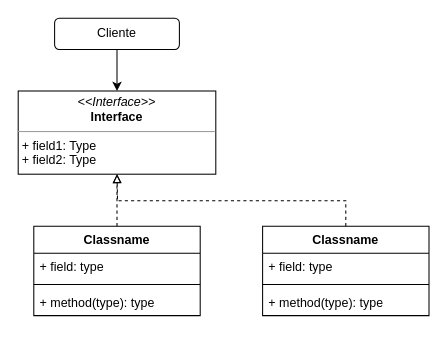
Before: patronCompositeCaso.drawio in KevinCordoba/RepositoriodeDiagramas, a draw.io diagram. Source tidied: cells renumbered, new cells numbered last; positions are measured from the earlier drawing's top-left corner, leaving out a move shared by most shapes. Both pictures are drawn from the tidied source at 104%, with x=0, y=0 at pixel (18, 18).
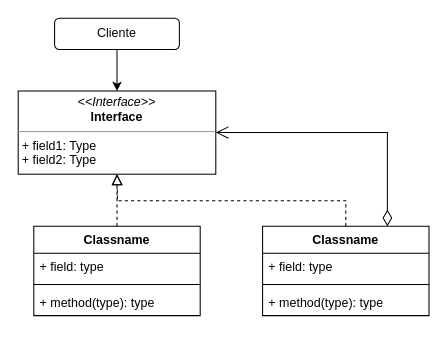
Above is the later version.

Diff of the diagram source:
```diff
@@
 <mxGraphModel>
   <root>
     <mxCell id="0" />
     <mxCell id="1" parent="0" />
     <mxCell id="2" style="edgeStyle=orthogonalEdgeStyle;rounded=0;jettySize=auto;html=1;entryX=0.5;entryY=0;entryDx=0;entryDy=0;" parent="1" edge="1" source="3" target="14">
       <mxGeometry relative="1" as="geometry" />
     </mxCell>
     <mxCell id="3" value="Cliente" style="rounded=1;whiteSpace=wrap;html=1;" parent="1" vertex="1">
       <mxGeometry x="35" width="120" height="30" as="geometry" />
     </mxCell>
-    <mxCell id="4" style="edgeStyle=orthogonalEdgeStyle;rounded=0;jettySize=auto;html=1;exitX=0.5;exitY=0;exitDx=0;exitDy=0;dashed=1;endArrow=block;endFill=0;" parent="1" edge="1" source="5">
+    <mxCell id="4" style="edgeStyle=orthogonalEdgeStyle;rounded=0;jettySize=auto;html=1;exitX=0.5;exitY=0;exitDx=0;exitDy=0;dashed=1;endArrow=block;endFill=0;endSize=8;" parent="1" edge="1" source="5">
       <mxGeometry relative="1" as="geometry">
         <mxPoint x="95" y="150" as="targetPoint" />
       </mxGeometry>
     </mxCell>
+    <mxCell id="15" style="edgeStyle=orthogonalEdgeStyle;rounded=0;jettySize=auto;html=1;entryX=1;entryY=0.5;entryDx=0;entryDy=0;exitX=0.75;exitY=0;exitDx=0;exitDy=0;endArrow=open;endFill=0;startArrow=diamondThin;startFill=0;targetPerimeterSpacing=3;endSize=10;startSize=13;" parent="1" edge="1" source="5" target="14">
+      <mxGeometry relative="1" as="geometry" />
+    </mxCell>
     <mxCell id="5" value="Classname" style="swimlane;fontStyle=1;align=center;verticalAlign=top;horizontal=1;startSize=26;whiteSpace=wrap;html=1;" parent="1" vertex="1">
       <mxGeometry x="235" y="200" width="160" height="86" as="geometry" />
     </mxCell>
     <mxCell id="6" value="+ field: type" style="text;strokeColor=none;fillColor=none;align=left;verticalAlign=top;spacingLeft=4;spacingRight=4;overflow=hidden;whiteSpace=wrap;html=1;" parent="5" vertex="1">
       <mxGeometry y="26" width="160" height="26" as="geometry" />
     </mxCell>
     <mxCell id="7" style="line;strokeWidth=1;fillColor=none;align=left;verticalAlign=middle;spacingTop=-1;spacingLeft=3;spacingRight=3;labelPosition=right;strokeColor=inherit;" parent="5" vertex="1">
       <mxGeometry y="52" width="160" height="8" as="geometry" />
     </mxCell>
     <mxCell id="8" value="+ method(type): type" style="text;strokeColor=none;fillColor=none;align=left;verticalAlign=top;spacingLeft=4;spacingRight=4;overflow=hidden;whiteSpace=wrap;html=1;" parent="5" vertex="1">
       <mxGeometry y="60" width="160" height="26" as="geometry" />
     </mxCell>
-    <mxCell id="9" style="edgeStyle=orthogonalEdgeStyle;rounded=0;jettySize=auto;html=1;entryX=0.5;entryY=1;entryDx=0;entryDy=0;dashed=1;endArrow=block;endFill=0;" parent="1" edge="1" source="10" target="14">
+    <mxCell id="9" style="edgeStyle=orthogonalEdgeStyle;rounded=0;jettySize=auto;html=1;entryX=0.5;entryY=1;entryDx=0;entryDy=0;dashed=1;endArrow=block;endFill=0;endSize=8;" parent="1" edge="1" source="10" target="14">
       <mxGeometry relative="1" as="geometry" />
     </mxCell>
     <mxCell id="10" value="Classname" style="swimlane;fontStyle=1;align=center;verticalAlign=top;horizontal=1;startSize=26;whiteSpace=wrap;html=1;" parent="1" vertex="1">
       <mxGeometry x="15" y="200" width="160" height="86" as="geometry" />
     </mxCell>
     <mxCell id="11" value="+ field: type" style="text;strokeColor=none;fillColor=none;align=left;verticalAlign=top;spacingLeft=4;spacingRight=4;overflow=hidden;whiteSpace=wrap;html=1;" parent="10" vertex="1">
       <mxGeometry y="26" width="160" height="26" as="geometry" />
     </mxCell>
     <mxCell id="12" style="line;strokeWidth=1;fillColor=none;align=left;verticalAlign=middle;spacingTop=-1;spacingLeft=3;spacingRight=3;labelPosition=right;strokeColor=inherit;" parent="10" vertex="1">
       <mxGeometry y="52" width="160" height="8" as="geometry" />
     </mxCell>
     <mxCell id="13" value="+ method(type): type" style="text;strokeColor=none;fillColor=none;align=left;verticalAlign=top;spacingLeft=4;spacingRight=4;overflow=hidden;whiteSpace=wrap;html=1;" parent="10" vertex="1">
       <mxGeometry y="60" width="160" height="26" as="geometry" />
     </mxCell>
     <mxCell id="14" value="&lt;p style=&quot;margin:0px;margin-top:4px;text-align:center;&quot;&gt;&lt;i&gt;&amp;lt;&amp;lt;Interface&amp;gt;&amp;gt;&lt;/i&gt;&lt;br&gt;&lt;b&gt;Interface&lt;/b&gt;&lt;/p&gt;&lt;hr size=&quot;1&quot;&gt;&lt;p style=&quot;margin:0px;margin-left:4px;&quot;&gt;+ field1: Type&lt;br&gt;+ field2: Type&lt;/p&gt;&lt;hr size=&quot;1&quot;&gt;&lt;p style=&quot;margin:0px;margin-left:4px;&quot;&gt;&lt;br&gt;&lt;/p&gt;" style="verticalAlign=top;align=left;overflow=fill;fontSize=12;fontFamily=Helvetica;html=1;whiteSpace=wrap;" parent="1" vertex="1">
       <mxGeometry y="70" width="190" height="80" as="geometry" />
     </mxCell>
   </root>
 </mxGraphModel>
```
